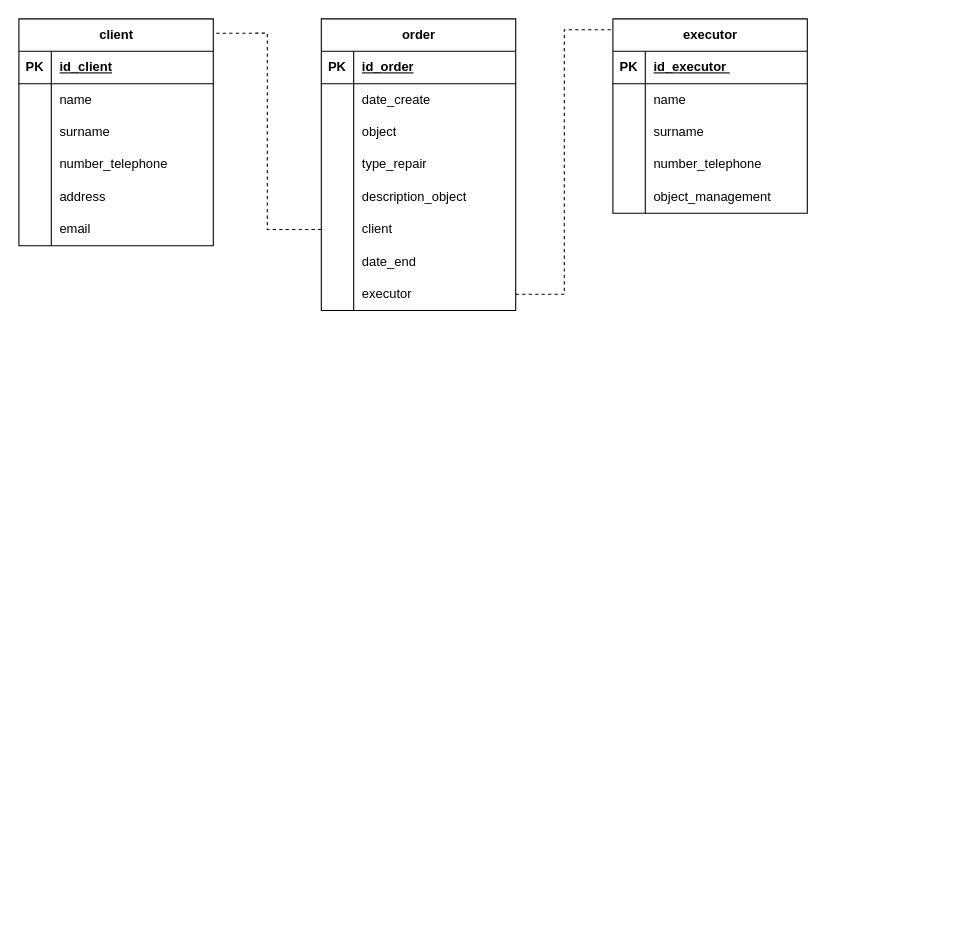
Above: uml/Диаграмма без названия.drawio in Kirillovq/PP-December- (draw.io), before the change. Source tidied: cells renumbered, new cells numbered last; positions are measured from the earlier drawing's top-left corner, leaving out a move shared by most shapes. Both pictures are drawn from the tidied source at 108%, with x=0, y=0 at pixel (18, 18).
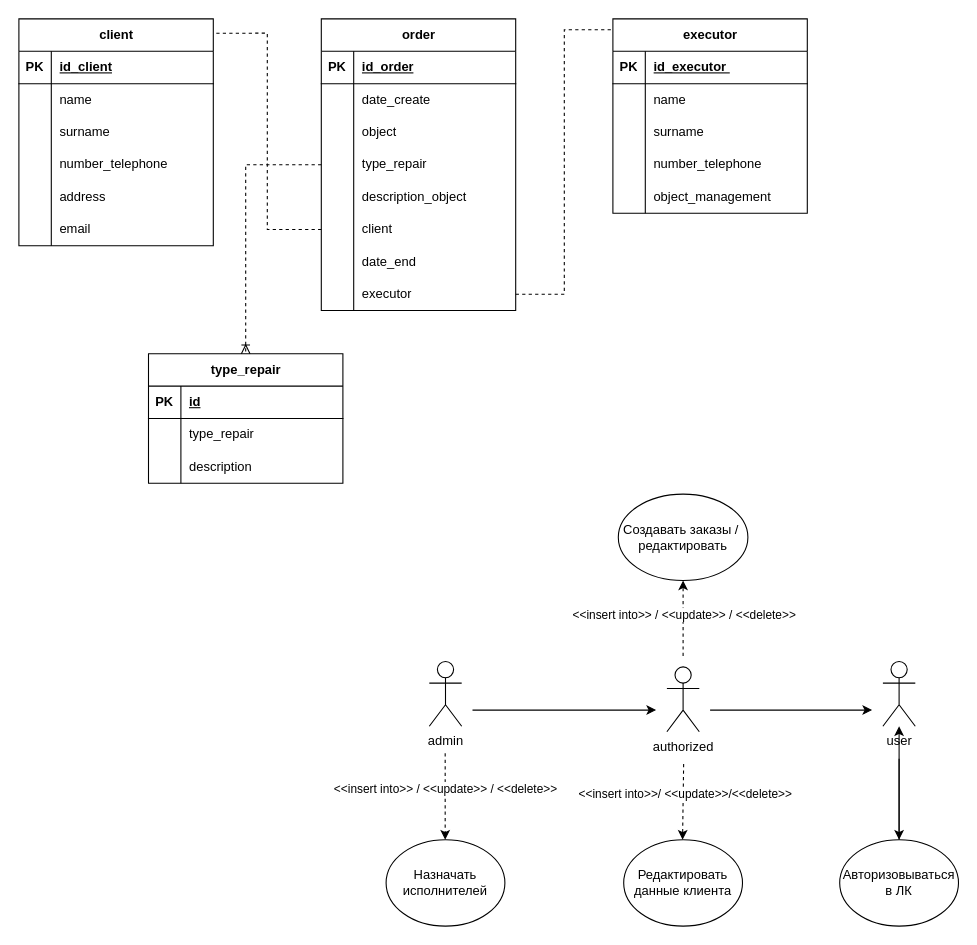
After the change.

Unchanged cells that the change refers to:
```xml
<mxCell id="12" style="shape=tableRow;horizontal=0;startSize=0;swimlaneHead=0;swimlaneBody=0;fillColor=none;points=[[0,0.5],[1,0.5]];portConstraint=eastwest;top=0;left=0;right=0;bottom=0;" parent="2" vertex="1">
  <mxGeometry y="120" width="180" height="30" as="geometry" />
</mxCell>
```

Diff of the diagram source:
```diff
@@
+    <mxCell id="64" value="type_repair" style="shape=table;startSize=30;childLayout=tableLayout;rowLines=0;fontStyle=1;align=center;html=1;" parent="1" vertex="1">
+      <mxGeometry x="120" y="310" width="180" height="120" as="geometry" />
+    </mxCell>
+    <mxCell id="65" style="shape=tableRow;horizontal=0;startSize=0;swimlaneHead=0;swimlaneBody=0;fillColor=none;top=0;left=0;right=0;bottom=1;" parent="64" vertex="1">
+      <mxGeometry y="30" width="180" height="30" as="geometry" />
+    </mxCell>
+    <mxCell id="66" value="PK" style="shape=partialRectangle;fillColor=none;top=0;left=0;bottom=0;right=0;fontStyle=1;overflow=hidden;whiteSpace=wrap;html=1;" parent="65" vertex="1">
+      <mxGeometry width="30" height="30" as="geometry" />
+    </mxCell>
+    <mxCell id="67" value="id" style="shape=partialRectangle;fillColor=none;top=0;left=0;bottom=0;right=0;align=left;spacingLeft=6;fontStyle=5;overflow=hidden;whiteSpace=wrap;html=1;" parent="65" vertex="1">
+      <mxGeometry x="30" width="150" height="30" as="geometry" />
+    </mxCell>
+    <mxCell id="68" style="shape=tableRow;horizontal=0;startSize=0;swimlaneHead=0;swimlaneBody=0;fillColor=none;top=0;left=0;right=0;bottom=0;" parent="64" vertex="1">
+      <mxGeometry y="60" width="180" height="30" as="geometry" />
+    </mxCell>
+    <mxCell id="69" style="shape=partialRectangle;fillColor=none;top=0;left=0;bottom=0;right=0;overflow=hidden;whiteSpace=wrap;html=1;" parent="68" vertex="1">
+      <mxGeometry width="30" height="30" as="geometry" />
+    </mxCell>
+    <mxCell id="70" value="type_repair" style="shape=partialRectangle;fillColor=none;top=0;left=0;bottom=0;right=0;align=left;spacingLeft=6;overflow=hidden;whiteSpace=wrap;html=1;" parent="68" vertex="1">
+      <mxGeometry x="30" width="150" height="30" as="geometry" />
+    </mxCell>
+    <mxCell id="71" style="shape=tableRow;horizontal=0;startSize=0;swimlaneHead=0;swimlaneBody=0;fillColor=none;top=0;left=0;right=0;bottom=0;" parent="64" vertex="1">
+      <mxGeometry y="90" width="180" height="30" as="geometry" />
+    </mxCell>
+    <mxCell id="72" style="shape=partialRectangle;fillColor=none;top=0;left=0;bottom=0;right=0;overflow=hidden;whiteSpace=wrap;html=1;" parent="71" vertex="1">
+      <mxGeometry width="30" height="30" as="geometry" />
+    </mxCell>
+    <mxCell id="73" value="description" style="shape=partialRectangle;fillColor=none;top=0;left=0;bottom=0;right=0;align=left;spacingLeft=6;overflow=hidden;whiteSpace=wrap;html=1;" parent="71" vertex="1">
+      <mxGeometry x="30" width="150" height="30" as="geometry" />
+    </mxCell>
+    <mxCell id="74" style="edgeStyle=orthogonalEdgeStyle;rounded=0;jettySize=auto;html=1;endArrow=ERoneToMany;endFill=0;dashed=1;" parent="1" edge="1" source="12" target="64">
+      <mxGeometry relative="1" as="geometry" />
+    </mxCell>
+    <mxCell id="75" value="admin" style="shape=umlActor;verticalLabelPosition=bottom;verticalAlign=top;html=1;" parent="1" vertex="1">
+      <mxGeometry x="380" y="595" width="30" height="60" as="geometry" />
+    </mxCell>
+    <mxCell id="76" value="authorized" style="shape=umlActor;verticalLabelPosition=bottom;verticalAlign=top;html=1;" parent="1" vertex="1">
+      <mxGeometry x="600" y="600" width="30" height="60" as="geometry" />
+    </mxCell>
+    <mxCell id="77" value="user&lt;br&gt;" style="shape=umlActor;verticalLabelPosition=bottom;verticalAlign=top;html=1;outlineConnect=0;" parent="1" vertex="1">
+      <mxGeometry x="800" y="595" width="30" height="60" as="geometry" />
+    </mxCell>
+    <mxCell id="78" style="edgeStyle=orthogonalEdgeStyle;rounded=0;jettySize=auto;html=1;" parent="1" edge="1" source="79" target="77">
+      <mxGeometry relative="1" as="geometry" />
+    </mxCell>
+    <mxCell id="79" value="Авторизовываться в ЛК" style="ellipse;whiteSpace=wrap;html=1;" parent="1" vertex="1">
+      <mxGeometry x="760" y="760" width="110" height="80" as="geometry" />
+    </mxCell>
+    <mxCell id="80" value="Редактировать данные клиента" style="ellipse;whiteSpace=wrap;html=1;" parent="1" vertex="1">
+      <mxGeometry x="560" y="760" width="110" height="80" as="geometry" />
+    </mxCell>
+    <mxCell id="81" value="Назначать исполнителей" style="ellipse;whiteSpace=wrap;html=1;" parent="1" vertex="1">
+      <mxGeometry x="340" y="760" width="110" height="80" as="geometry" />
+    </mxCell>
+    <mxCell id="82" style="endArrow=classic;html=1;rounded=0;entryX=0.5;entryY=0;entryDx=0;entryDy=0;dashed=1;" parent="1" edge="1">
+      <mxGeometry relative="1" as="geometry">
+        <mxPoint x="394.7" y="680" as="sourcePoint" />
+        <mxPoint x="394.7" y="760" as="targetPoint" />
+      </mxGeometry>
+    </mxCell>
+    <mxCell id="83" value="&amp;lt;&amp;lt;insert into&amp;gt;&amp;gt; / &amp;lt;&amp;lt;update&amp;gt;&amp;gt; / &amp;lt;&amp;lt;delete&amp;gt;&amp;gt;" style="edgeLabel;html=1;align=center;verticalAlign=middle;" parent="82" vertex="1">
+      <mxGeometry x="-0.21" relative="1" as="geometry" />
+    </mxCell>
+    <mxCell id="84" style="endArrow=classic;html=1;rounded=0;entryX=0.5;entryY=0;entryDx=0;entryDy=0;dashed=1;" parent="1" edge="1">
+      <mxGeometry relative="1" as="geometry">
+        <mxPoint x="615.5" y="690" as="sourcePoint" />
+        <mxPoint x="614.5" y="760" as="targetPoint" />
+      </mxGeometry>
+    </mxCell>
+    <mxCell id="85" value="&amp;lt;&amp;lt;insert into&amp;gt;&amp;gt;/ &amp;lt;&amp;lt;update&amp;gt;&amp;gt;/&amp;lt;&amp;lt;delete&amp;gt;&amp;gt;" style="edgeLabel;html=1;align=center;verticalAlign=middle;" parent="84" vertex="1">
+      <mxGeometry x="-0.23" y="1" relative="1" as="geometry" />
+    </mxCell>
+    <mxCell id="86" style="endArrow=classic;html=1;rounded=0;entryX=0.5;entryY=0;entryDx=0;entryDy=0;" parent="1" edge="1" target="79">
+      <mxGeometry relative="1" as="geometry">
+        <mxPoint x="815" y="685" as="sourcePoint" />
+      </mxGeometry>
+    </mxCell>
+    <mxCell id="87" style="endArrow=classic;html=1;rounded=0;" parent="1" edge="1">
+      <mxGeometry relative="1" as="geometry">
+        <mxPoint x="420" y="640" as="sourcePoint" />
+        <mxPoint x="590" y="640" as="targetPoint" />
+      </mxGeometry>
+    </mxCell>
+    <mxCell id="88" style="endArrow=classic;html=1;rounded=0;" parent="1" edge="1">
+      <mxGeometry relative="1" as="geometry">
+        <mxPoint x="640" y="640" as="sourcePoint" />
+        <mxPoint x="790" y="640" as="targetPoint" />
+      </mxGeometry>
+    </mxCell>
+    <mxCell id="89" value="Создавать заказы /&amp;nbsp; редактировать" style="ellipse;whiteSpace=wrap;html=1;" parent="1" vertex="1">
+      <mxGeometry x="555" y="440" width="120" height="80" as="geometry" />
+    </mxCell>
+    <mxCell id="90" style="endArrow=classic;html=1;rounded=0;entryX=0.5;entryY=1;entryDx=0;entryDy=0;dashed=1;" parent="1" edge="1" target="89">
+      <mxGeometry relative="1" as="geometry">
+        <mxPoint x="615" y="590" as="sourcePoint" />
+      </mxGeometry>
+    </mxCell>
+    <mxCell id="91" value="&amp;lt;&amp;lt;insert into&amp;gt;&amp;gt; / &amp;lt;&amp;lt;update&amp;gt;&amp;gt; / &amp;lt;&amp;lt;delete&amp;gt;&amp;gt;" style="edgeLabel;html=1;align=center;verticalAlign=middle;" parent="90" vertex="1">
+      <mxGeometry x="0.12" relative="1" as="geometry" />
+    </mxCell>
```
